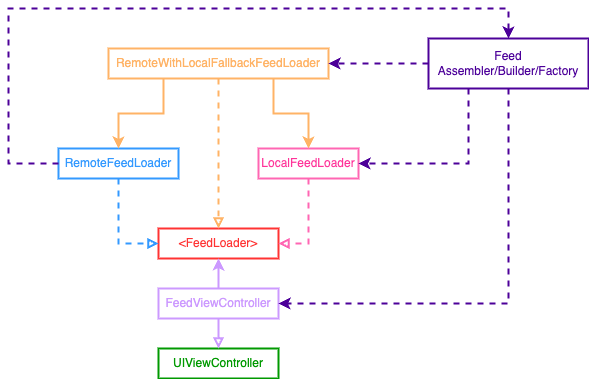
Above: EssentialFeed/EssentialFeed/EssentialFeed.docc/Resources/feed_architecture.png in azalan/EssentialFeedApp (draw.io), before the change. Source tidied: cells renumbered, new cells last; positions are measured from the earlier drawing's top-left corner, leaving out a move shared by most shapes.
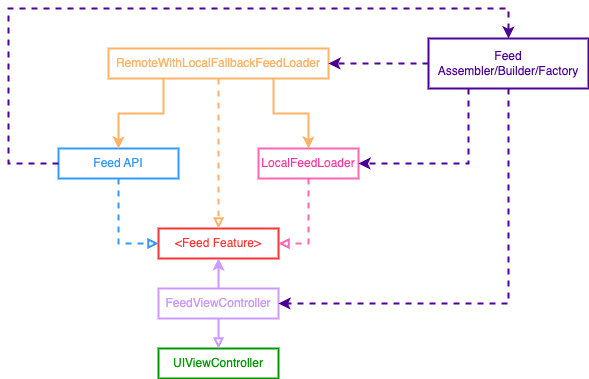
The same diagram one commit later.

The edit, as a diff of the source:
```diff
@@ -11,13 +11,13 @@
     <mxCell id="4" style="endArrow=block;html=1;rounded=0;strokeWidth=2;strokeColor=#CC99FF;endFill=0;entryX=0.5;entryY=0;entryDx=0;entryDy=0;exitX=0.5;exitY=1;exitDx=0;exitDy=0;align=center;verticalAlign=middle;fontFamily=Helvetica;fontSize=12;fontColor=#CC99FF;fillColor=default;" parent="1" edge="1" source="3" target="2">
       <mxGeometry relative="1" as="geometry" />
     </mxCell>
-    <mxCell id="5" value="&amp;lt;FeedLoader&amp;gt;" style="rounded=0;whiteSpace=wrap;html=1;strokeWidth=2;strokeColor=#FF3333;fontColor=#FF3333;" parent="1" vertex="1">
+    <mxCell id="5" value="&amp;lt;Feed Feature&amp;gt;" style="rounded=0;whiteSpace=wrap;html=1;strokeWidth=2;strokeColor=#FF3333;fontColor=#FF3333;" parent="1" vertex="1">
       <mxGeometry x="150" y="220" width="120" height="30" as="geometry" />
     </mxCell>
     <mxCell id="6" style="endArrow=classic;html=1;rounded=0;exitX=0.5;exitY=0;exitDx=0;exitDy=0;entryX=0.5;entryY=1;entryDx=0;entryDy=0;strokeColor=#CC99FF;strokeWidth=2;align=center;verticalAlign=middle;fontFamily=Helvetica;fontSize=12;fontColor=#CC99FF;fillColor=default;" parent="1" edge="1" source="3" target="5">
       <mxGeometry relative="1" as="geometry" />
     </mxCell>
-    <mxCell id="7" value="RemoteFeedLoader" style="rounded=0;whiteSpace=wrap;html=1;strokeColor=#3399FF;strokeWidth=2;fontColor=#3399FF;" parent="1" vertex="1">
+    <mxCell id="7" value="Feed API" style="rounded=0;whiteSpace=wrap;html=1;strokeColor=#3399FF;strokeWidth=2;fontColor=#3399FF;" parent="1" vertex="1">
       <mxGeometry x="50" y="140" width="120" height="30" as="geometry" />
     </mxCell>
     <mxCell id="8" value="LocalFeedLoader" style="rounded=0;whiteSpace=wrap;html=1;strokeWidth=2;strokeColor=#FF66B3;fontColor=#FF3399;" parent="1" vertex="1">
```
